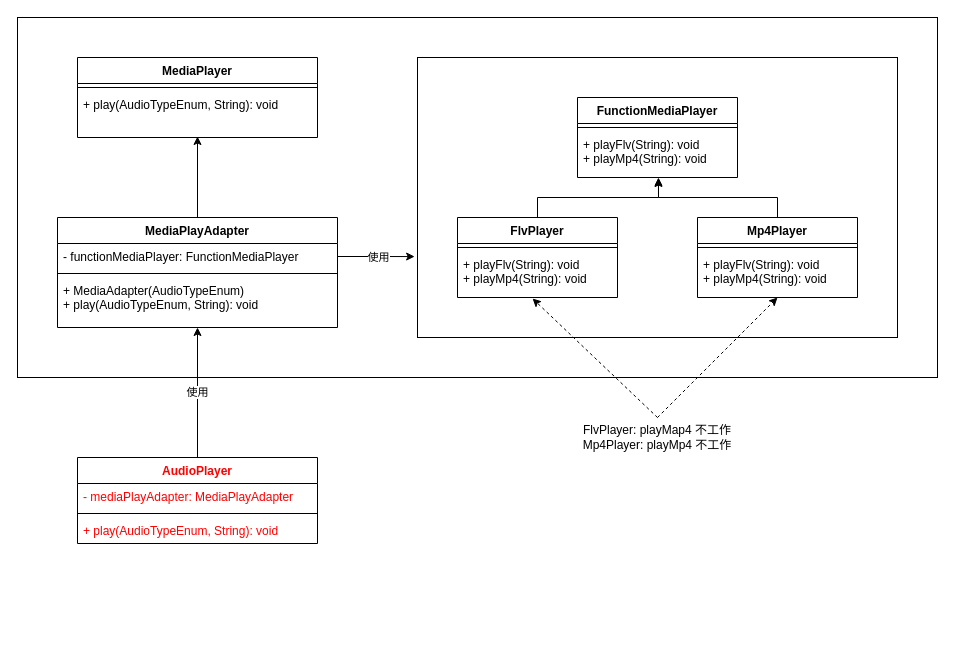
Above: page "适配器模式" (6 of 8) of 设计模式.drawio in wubinglong9716/NoteBook (draw.io), before the change. Source tidied: cells renumbered, new cells numbered last; positions are measured from the earlier drawing's top-left corner, leaving out a move shared by most shapes. Both pictures are drawn from the tidied source at 100%, with x=0, y=0 at pixel (17, 17).
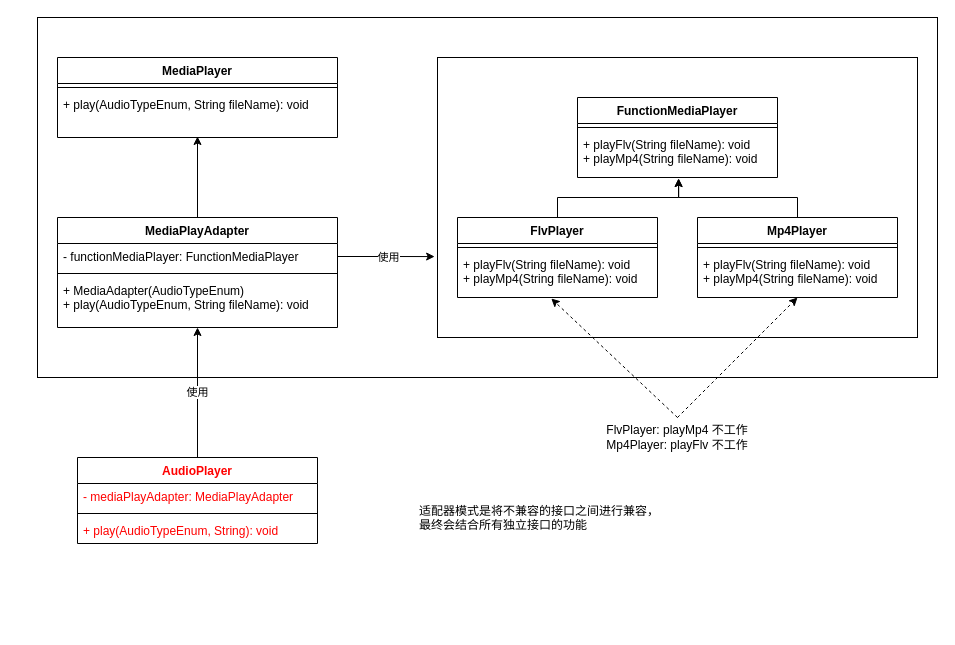
After the change.

Unchanged cells that the change refers to:
```xml
<mxCell id="19" value="MediaPlayAdapter" style="swimlane;fontStyle=1;align=center;verticalAlign=top;horizontal=1;startSize=26;fontColor=#000000;" parent="1" vertex="1">
  <mxGeometry x="40" y="200" width="280" height="110" as="geometry" />
</mxCell>
```

The edit, as a diff of the source:
```diff
@@
-    <mxCell id="2" style="rounded=0;whiteSpace=wrap;html=1;fontColor=#000000;align=left;" parent="1" vertex="1">
-      <mxGeometry width="920" height="360" as="geometry" />
-    </mxCell>
+    <mxCell id="33" style="rounded=0;whiteSpace=wrap;html=1;fontColor=#000000;strokeColor=#000000;align=left;" parent="1" vertex="1">
+      <mxGeometry x="20" width="900" height="360" as="geometry" />
+    </mxCell>
     <mxCell id="3" style="rounded=0;whiteSpace=wrap;html=1;fontColor=#000000;align=left;" parent="1" vertex="1">
-      <mxGeometry x="400" y="40" width="480" height="280" as="geometry" />
+      <mxGeometry x="420" y="40" width="480" height="280" as="geometry" />
     </mxCell>
     <mxCell id="4" value="MediaPlayer" style="swimlane;fontStyle=1;align=center;verticalAlign=top;horizontal=1;startSize=26;fontColor=#000000;" parent="1" vertex="1">
-      <mxGeometry x="60" y="40" width="240" height="80" as="geometry" />
+      <mxGeometry x="40" y="40" width="280" height="80" as="geometry" />
     </mxCell>
     <mxCell id="5" style="line;strokeWidth=1;fillColor=none;align=left;verticalAlign=middle;spacingTop=-1;spacingLeft=3;spacingRight=3;labelPosition=right;" parent="4" vertex="1">
-      <mxGeometry y="26" width="240" height="8" as="geometry" />
+      <mxGeometry y="26" width="280" height="8" as="geometry" />
     </mxCell>
-    <mxCell id="6" value="+ play(AudioTypeEnum, String): void" style="text;strokeColor=none;fillColor=none;align=left;verticalAlign=top;spacingLeft=4;spacingRight=4;overflow=hidden;points=[[0,0.5],[1,0.5]];portConstraint=eastwest;" parent="4" vertex="1">
-      <mxGeometry y="34" width="240" height="46" as="geometry" />
+    <mxCell id="6" value="+ play(AudioTypeEnum, String fileName): void" style="text;strokeColor=none;fillColor=none;align=left;verticalAlign=top;spacingLeft=4;spacingRight=4;overflow=hidden;points=[[0,0.5],[1,0.5]];portConstraint=eastwest;" parent="4" vertex="1">
+      <mxGeometry y="34" width="280" height="46" as="geometry" />
     </mxCell>
     <mxCell id="7" value="FunctionMediaPlayer" style="swimlane;fontStyle=1;align=center;verticalAlign=top;horizontal=1;startSize=26;fontColor=#000000;" parent="1" vertex="1">
-      <mxGeometry x="560" y="80" width="160" height="80" as="geometry" />
+      <mxGeometry x="560" y="80" width="200" height="80" as="geometry" />
     </mxCell>
     <mxCell id="8" style="line;strokeWidth=1;fillColor=none;align=left;verticalAlign=middle;spacingTop=-1;spacingLeft=3;spacingRight=3;labelPosition=right;" parent="7" vertex="1">
-      <mxGeometry y="26" width="160" height="8" as="geometry" />
+      <mxGeometry y="26" width="200" height="8" as="geometry" />
     </mxCell>
-    <mxCell id="9" value="+ playFlv(String): void&#10;+ playMp4(String): void" style="text;strokeColor=none;fillColor=none;align=left;verticalAlign=top;spacingLeft=4;spacingRight=4;overflow=hidden;points=[[0,0.5],[1,0.5]];portConstraint=eastwest;" parent="7" vertex="1">
-      <mxGeometry y="34" width="160" height="46" as="geometry" />
+    <mxCell id="9" value="+ playFlv(String fileName): void&#10;+ playMp4(String fileName): void" style="text;strokeColor=none;fillColor=none;align=left;verticalAlign=top;spacingLeft=4;spacingRight=4;overflow=hidden;points=[[0,0.5],[1,0.5]];portConstraint=eastwest;" parent="7" vertex="1">
+      <mxGeometry y="34" width="200" height="46" as="geometry" />
     </mxCell>
@@
     <mxCell id="11" value="FlvPlayer" style="swimlane;fontStyle=1;align=center;verticalAlign=top;horizontal=1;startSize=26;fontColor=#000000;" parent="1" vertex="1">
-      <mxGeometry x="440" y="200" width="160" height="80" as="geometry" />
+      <mxGeometry x="440" y="200" width="200" height="80" as="geometry" />
     </mxCell>
     <mxCell id="12" style="line;strokeWidth=1;fillColor=none;align=left;verticalAlign=middle;spacingTop=-1;spacingLeft=3;spacingRight=3;labelPosition=right;" parent="11" vertex="1">
-      <mxGeometry y="26" width="160" height="8" as="geometry" />
+      <mxGeometry y="26" width="200" height="8" as="geometry" />
     </mxCell>
-    <mxCell id="13" value="+ playFlv(String): void&#10;+ playMp4(String): void" style="text;strokeColor=none;fillColor=none;align=left;verticalAlign=top;spacingLeft=4;spacingRight=4;overflow=hidden;points=[[0,0.5],[1,0.5]];portConstraint=eastwest;" parent="11" vertex="1">
-      <mxGeometry y="34" width="160" height="46" as="geometry" />
+    <mxCell id="13" value="+ playFlv(String fileName): void&#10;+ playMp4(String fileName): void" style="text;strokeColor=none;fillColor=none;align=left;verticalAlign=top;spacingLeft=4;spacingRight=4;overflow=hidden;points=[[0,0.5],[1,0.5]];portConstraint=eastwest;" parent="11" vertex="1">
+      <mxGeometry y="34" width="200" height="46" as="geometry" />
     </mxCell>
-    <mxCell id="14" style="edgeStyle=orthogonalEdgeStyle;rounded=0;jettySize=auto;html=1;exitX=0.5;exitY=0;exitDx=0;exitDy=0;entryX=0.506;entryY=1;entryDx=0;entryDy=0;entryPerimeter=0;fontColor=#000000;startArrow=none;startFill=0;" parent="1" edge="1" source="15" target="9">
+    <mxCell id="14" style="edgeStyle=orthogonalEdgeStyle;rounded=0;jettySize=auto;html=1;exitX=0.5;exitY=0;exitDx=0;exitDy=0;entryX=0.505;entryY=1.022;entryDx=0;entryDy=0;entryPerimeter=0;fontColor=#000000;startArrow=none;startFill=0;" parent="1" edge="1" source="15" target="9">
       <mxGeometry relative="1" as="geometry" />
     </mxCell>
     <mxCell id="15" value="Mp4Player" style="swimlane;fontStyle=1;align=center;verticalAlign=top;horizontal=1;startSize=26;fontColor=#000000;" parent="1" vertex="1">
-      <mxGeometry x="680" y="200" width="160" height="80" as="geometry" />
+      <mxGeometry x="680" y="200" width="200" height="80" as="geometry" />
     </mxCell>
     <mxCell id="16" style="line;strokeWidth=1;fillColor=none;align=left;verticalAlign=middle;spacingTop=-1;spacingLeft=3;spacingRight=3;labelPosition=right;" parent="15" vertex="1">
-      <mxGeometry y="26" width="160" height="8" as="geometry" />
+      <mxGeometry y="26" width="200" height="8" as="geometry" />
     </mxCell>
-    <mxCell id="17" value="+ playFlv(String): void&#10;+ playMp4(String): void" style="text;strokeColor=none;fillColor=none;align=left;verticalAlign=top;spacingLeft=4;spacingRight=4;overflow=hidden;points=[[0,0.5],[1,0.5]];portConstraint=eastwest;" parent="15" vertex="1">
-      <mxGeometry y="34" width="160" height="46" as="geometry" />
+    <mxCell id="17" value="+ playFlv(String fileName): void&#10;+ playMp4(String fileName): void" style="text;strokeColor=none;fillColor=none;align=left;verticalAlign=top;spacingLeft=4;spacingRight=4;overflow=hidden;points=[[0,0.5],[1,0.5]];portConstraint=eastwest;" parent="15" vertex="1">
+      <mxGeometry y="34" width="200" height="46" as="geometry" />
     </mxCell>
@@
-    <mxCell id="22" value="+ MediaAdapter(AudioTypeEnum)&#10;+ play(AudioTypeEnum, String): void" style="text;strokeColor=none;fillColor=none;align=left;verticalAlign=top;spacingLeft=4;spacingRight=4;overflow=hidden;points=[[0,0.5],[1,0.5]];portConstraint=eastwest;" parent="19" vertex="1">
+    <mxCell id="22" value="+ MediaAdapter(AudioTypeEnum)&#10;+ play(AudioTypeEnum, String fileName): void" style="text;strokeColor=none;fillColor=none;align=left;verticalAlign=top;spacingLeft=4;spacingRight=4;overflow=hidden;points=[[0,0.5],[1,0.5]];portConstraint=eastwest;" parent="19" vertex="1">
       <mxGeometry y="60" width="280" height="50" as="geometry" />
     </mxCell>
@@
-    <mxCell id="32" value="FlvPlayer: playMap4 不工作&lt;br&gt;Mp4Player: playMp4 不工作" style="text;html=1;strokeColor=none;fillColor=none;align=center;verticalAlign=middle;whiteSpace=wrap;rounded=0;fontColor=#000000;" parent="1" vertex="1">
-      <mxGeometry x="520" y="400" width="240" height="40" as="geometry" />
+    <mxCell id="32" value="FlvPlayer: playMp4 不工作&lt;br&gt;Mp4Player: playFlv 不工作" style="text;html=1;strokeColor=none;fillColor=none;align=center;verticalAlign=middle;whiteSpace=wrap;rounded=0;fontColor=#000000;" parent="1" vertex="1">
+      <mxGeometry x="540" y="400" width="240" height="40" as="geometry" />
     </mxCell>
+    <mxCell id="34" value="&lt;font color=&quot;#000000&quot;&gt;适配器模式是将不兼容的接口之间进行兼容，最终会结合所有独立接口的功能&lt;br&gt;&lt;/font&gt;" style="text;html=1;strokeColor=none;fillColor=none;align=left;verticalAlign=top;whiteSpace=wrap;rounded=0;fontColor=#FF0000;" parent="1" vertex="1">
+      <mxGeometry x="400" y="480" width="250" height="130" as="geometry" />
+    </mxCell>
```
